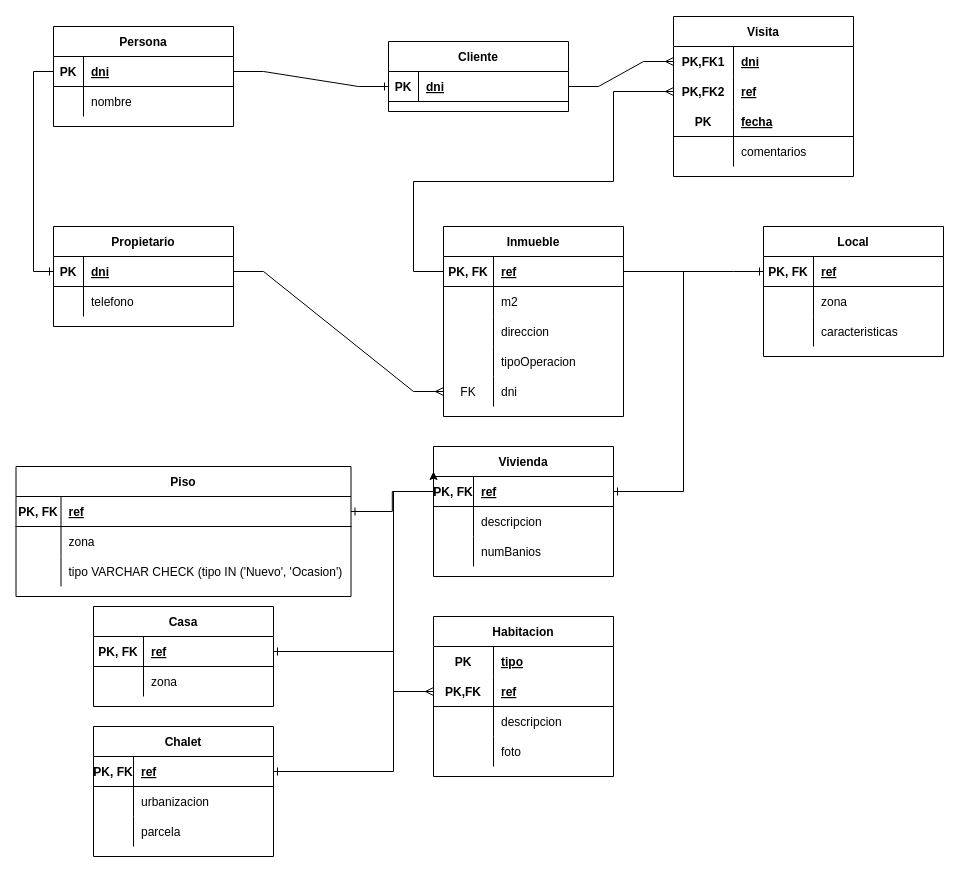
PedroPuertasR/1DAM.EV2 keeps this draw.io diagram as BBDD/Tema 8/ejercicio6.drawio. Above is the earlier version. Source tidied: cells renumbered, new cells numbered last; positions are measured from the earlier drawing's top-left corner, leaving out a move shared by most shapes. Both pictures are drawn from the tidied source at 100%, with x=0, y=0 at pixel (15, 16).
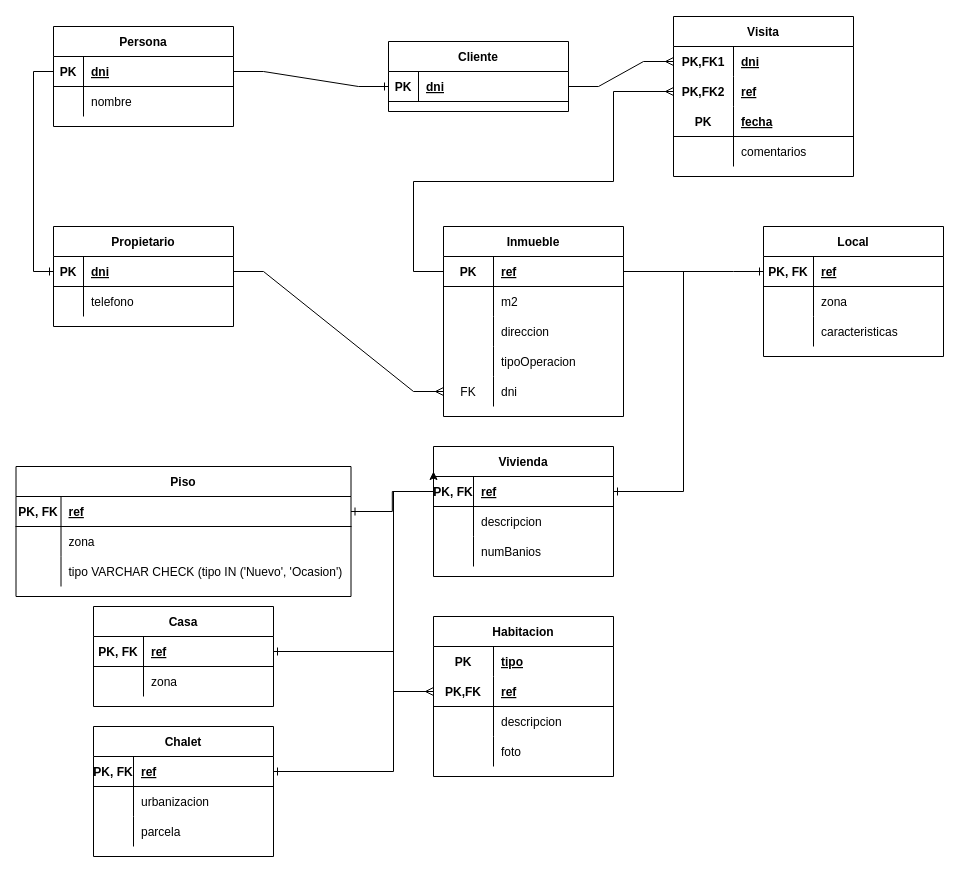
After the change.

The change refers to these unchanged cells:
```xml
<mxCell id="18" style="shape=tableRow;horizontal=0;startSize=0;swimlaneHead=0;swimlaneBody=0;fillColor=none;points=[[0,0.5],[1,0.5]];portConstraint=eastwest;top=0;left=0;right=0;bottom=1;" parent="17" vertex="1">
  <mxGeometry y="30" width="180" height="30" as="geometry" />
</mxCell>
```

Change to the diagram source:
```diff
@@
-    <mxCell id="19" value="PK, FK" style="shape=partialRectangle;fillColor=none;top=0;left=0;bottom=0;right=0;fontStyle=1;overflow=hidden;" parent="18" vertex="1">
+    <mxCell id="19" value="PK" style="shape=partialRectangle;fillColor=none;top=0;left=0;bottom=0;right=0;fontStyle=1;overflow=hidden;" parent="18" vertex="1">
       <mxGeometry width="50" height="30" as="geometry" />
     </mxCell>
```
